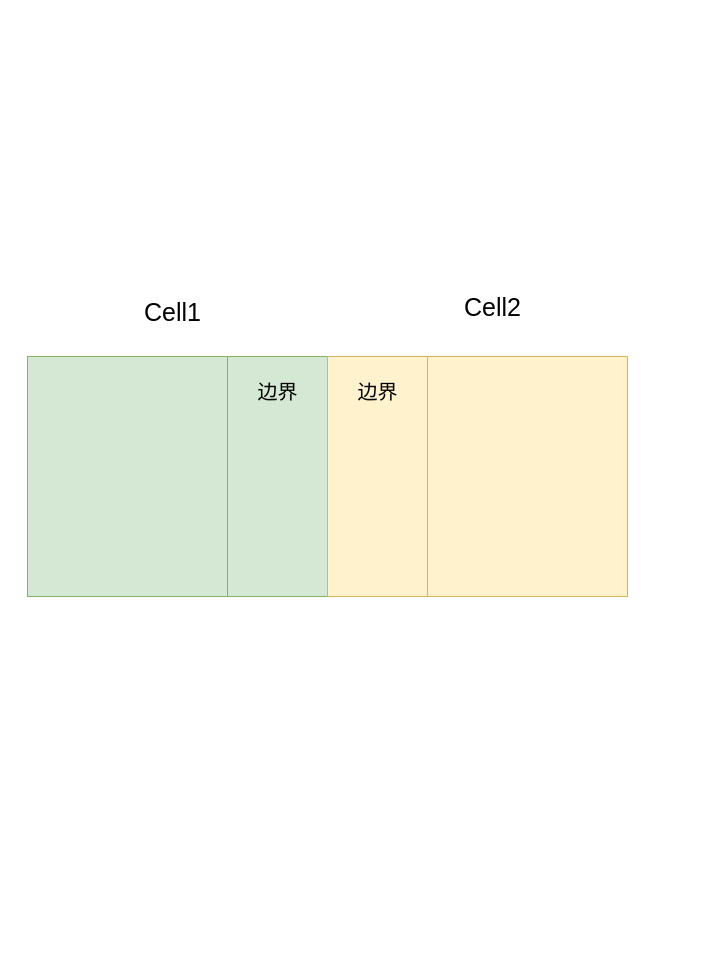
Above: big-world-scale-ghosting.drawio in antsmallant/MyDraw (draw.io), before the change. Source tidied: cells renumbered, new cells numbered last; positions are measured from the earlier drawing's top-left corner, leaving out a move shared by most shapes. Both pictures are drawn from the tidied source at 100%, with x=0, y=0 at pixel (27, 286).
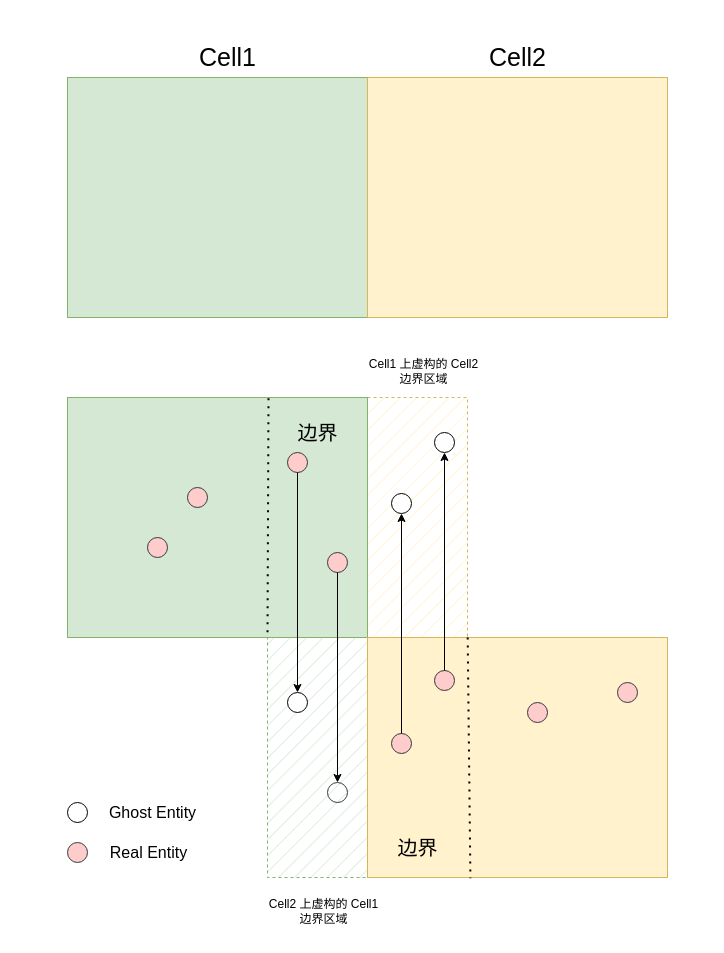
The same page after the edit.

Diff of the diagram source:
```diff
@@
-    <mxCell id="2" style="rounded=0;whiteSpace=wrap;html=1;fillColor=#d5e8d4;strokeColor=#82b366;" parent="1" vertex="1">
-      <mxGeometry y="70" width="200" height="240" as="geometry" />
-    </mxCell>
-    <mxCell id="3" style="rounded=0;whiteSpace=wrap;html=1;fillColor=#d5e8d4;strokeColor=#82b366;" parent="1" vertex="1">
-      <mxGeometry x="200" y="70" width="100" height="240" as="geometry" />
-    </mxCell>
-    <mxCell id="4" style="rounded=0;whiteSpace=wrap;html=1;fillColor=#fff2cc;strokeColor=#d6b656;" parent="1" vertex="1">
-      <mxGeometry x="300" y="70" width="100" height="240" as="geometry" />
-    </mxCell>
-    <mxCell id="5" style="rounded=0;whiteSpace=wrap;html=1;fillColor=#fff2cc;strokeColor=#d6b656;" parent="1" vertex="1">
-      <mxGeometry x="400" y="70" width="200" height="240" as="geometry" />
-    </mxCell>
+    <mxCell id="10" style="rounded=0;whiteSpace=wrap;html=1;fillColor=none;strokeColor=none;" parent="1" vertex="1">
+      <mxGeometry x="-10" y="-269" width="690" height="919" as="geometry" />
+    </mxCell>
+    <mxCell id="11" style="rounded=0;whiteSpace=wrap;html=1;dashed=1;fillStyle=hatch;fillColor=#fff2cc;strokeColor=#d6b656;" parent="1" vertex="1">
+      <mxGeometry x="340" y="111" width="100" height="240" as="geometry" />
+    </mxCell>
+    <mxCell id="12" style="rounded=0;whiteSpace=wrap;html=1;dashed=1;fillStyle=hatch;fillColor=#d5e8d4;strokeColor=#82b366;" parent="1" vertex="1">
+      <mxGeometry x="240" y="351" width="100" height="240" as="geometry" />
+    </mxCell>
+    <mxCell id="13" style="ellipse;whiteSpace=wrap;html=1;" parent="1" vertex="1">
+      <mxGeometry x="407" y="146" width="20" height="20" as="geometry" />
+    </mxCell>
+    <mxCell id="14" style="rounded=0;whiteSpace=wrap;html=1;fillColor=#d5e8d4;strokeColor=#82b366;" parent="1" vertex="1">
+      <mxGeometry x="40" y="111" width="300" height="240" as="geometry" />
+    </mxCell>
+    <mxCell id="15" value="边界" style="text;html=1;align=center;verticalAlign=middle;strokeColor=none;fillColor=none;fontSize=20;" parent="1" vertex="1">
+      <mxGeometry x="260" y="126" width="60" height="40" as="geometry" />
+    </mxCell>
+    <mxCell id="16" style="ellipse;whiteSpace=wrap;html=1;fillColor=#ffcccc;strokeColor=#36393d;" parent="1" vertex="1">
+      <mxGeometry x="260" y="166" width="20" height="20" as="geometry" />
+    </mxCell>
+    <mxCell id="17" style="rounded=0;whiteSpace=wrap;html=1;fillColor=#fff2cc;strokeColor=#d6b656;" parent="1" vertex="1">
+      <mxGeometry x="340" y="351" width="300" height="240" as="geometry" />
+    </mxCell>
+    <mxCell id="18" value="边界" style="text;html=1;align=center;verticalAlign=middle;strokeColor=none;fillColor=none;fontSize=20;" parent="1" vertex="1">
+      <mxGeometry x="360" y="541" width="60" height="40" as="geometry" />
+    </mxCell>
+    <mxCell id="19" style="ellipse;whiteSpace=wrap;html=1;fillColor=#ffcccc;strokeColor=#36393d;" parent="1" vertex="1">
+      <mxGeometry x="407" y="384" width="20" height="20" as="geometry" />
+    </mxCell>
+    <mxCell id="20" style="ellipse;whiteSpace=wrap;html=1;" parent="1" vertex="1">
+      <mxGeometry x="260" y="406" width="20" height="20" as="geometry" />
+    </mxCell>
+    <mxCell id="21" style="rounded=0;whiteSpace=wrap;html=1;fillColor=#d5e8d4;strokeColor=#82b366;" parent="1" vertex="1">
+      <mxGeometry x="40" y="-209" width="300" height="240" as="geometry" />
+    </mxCell>
+    <mxCell id="22" style="rounded=0;whiteSpace=wrap;html=1;fillColor=#fff2cc;strokeColor=#d6b656;" parent="1" vertex="1">
+      <mxGeometry x="340" y="-209" width="300" height="240" as="geometry" />
+    </mxCell>
     <mxCell id="6" value="Cell1" style="text;html=1;align=center;verticalAlign=middle;strokeColor=none;fillColor=none;fontSize=25;" parent="1" vertex="1">
-      <mxGeometry x="105" y="5" width="80" height="40" as="geometry" />
+      <mxGeometry x="160" y="-250" width="80" height="40" as="geometry" />
     </mxCell>
     <mxCell id="7" value="Cell2" style="text;html=1;align=center;verticalAlign=middle;strokeColor=none;fillColor=none;fontSize=25;" parent="1" vertex="1">
-      <mxGeometry x="425" width="80" height="40" as="geometry" />
+      <mxGeometry x="450" y="-250" width="80" height="40" as="geometry" />
     </mxCell>
-    <mxCell id="8" value="边界" style="text;html=1;align=center;verticalAlign=middle;strokeColor=none;fillColor=none;fontSize=20;" parent="1" vertex="1">
-      <mxGeometry x="220" y="85" width="60" height="40" as="geometry" />
-    </mxCell>
-    <mxCell id="9" value="边界" style="text;html=1;align=center;verticalAlign=middle;strokeColor=none;fillColor=none;fontSize=20;" parent="1" vertex="1">
-      <mxGeometry x="320" y="85" width="60" height="40" as="geometry" />
-    </mxCell>
+    <mxCell id="23" style="endArrow=none;dashed=1;html=1;dashPattern=1 3;strokeWidth=2;rounded=0;entryX=0;entryY=0;entryDx=0;entryDy=0;exitX=0.67;exitY=0.003;exitDx=0;exitDy=0;exitPerimeter=0;" parent="1" edge="1" source="14" target="12">
+      <mxGeometry relative="1" as="geometry" />
+    </mxCell>
+    <mxCell id="24" style="endArrow=none;dashed=1;html=1;dashPattern=1 3;strokeWidth=2;rounded=0;entryX=0.343;entryY=1.003;entryDx=0;entryDy=0;exitX=0.334;exitY=0;exitDx=0;exitDy=0;exitPerimeter=0;entryPerimeter=0;" parent="1" edge="1" source="17" target="17">
+      <mxGeometry relative="1" as="geometry" />
+    </mxCell>
+    <mxCell id="25" style="endArrow=classic;html=1;rounded=0;exitX=0.5;exitY=1;exitDx=0;exitDy=0;entryX=0.5;entryY=0;entryDx=0;entryDy=0;" parent="1" edge="1" source="16" target="20">
+      <mxGeometry relative="1" as="geometry" />
+    </mxCell>
+    <mxCell id="26" style="endArrow=classic;html=1;rounded=0;exitX=0.5;exitY=0;exitDx=0;exitDy=0;entryX=0.5;entryY=1;entryDx=0;entryDy=0;" parent="1" edge="1" source="19" target="13">
+      <mxGeometry relative="1" as="geometry" />
+    </mxCell>
+    <mxCell id="27" style="ellipse;whiteSpace=wrap;html=1;fillColor=#ffcccc;strokeColor=#36393d;" parent="1" vertex="1">
+      <mxGeometry x="160" y="201" width="20" height="20" as="geometry" />
+    </mxCell>
+    <mxCell id="28" style="ellipse;whiteSpace=wrap;html=1;fillColor=#ffcccc;strokeColor=#36393d;" parent="1" vertex="1">
+      <mxGeometry x="590" y="396" width="20" height="20" as="geometry" />
+    </mxCell>
+    <mxCell id="29" style="ellipse;whiteSpace=wrap;html=1;fillColor=#ffcccc;strokeColor=#36393d;" parent="1" vertex="1">
+      <mxGeometry x="500" y="416" width="20" height="20" as="geometry" />
+    </mxCell>
+    <mxCell id="30" style="ellipse;whiteSpace=wrap;html=1;fillColor=#ffcccc;strokeColor=#36393d;" parent="1" vertex="1">
+      <mxGeometry x="120" y="251" width="20" height="20" as="geometry" />
+    </mxCell>
+    <mxCell id="31" style="ellipse;whiteSpace=wrap;html=1;fillColor=#ffcccc;strokeColor=#36393d;" parent="1" vertex="1">
+      <mxGeometry x="300" y="266" width="20" height="20" as="geometry" />
+    </mxCell>
+    <mxCell id="32" style="ellipse;whiteSpace=wrap;html=1;fillColor=none;strokeColor=#36393d;" parent="1" vertex="1">
+      <mxGeometry x="300" y="496" width="20" height="20" as="geometry" />
+    </mxCell>
+    <mxCell id="33" style="endArrow=classic;html=1;rounded=0;exitX=0.5;exitY=1;exitDx=0;exitDy=0;entryX=0.5;entryY=0;entryDx=0;entryDy=0;" parent="1" edge="1" source="31" target="32">
+      <mxGeometry relative="1" as="geometry" />
+    </mxCell>
+    <mxCell id="34" style="ellipse;whiteSpace=wrap;html=1;" parent="1" vertex="1">
+      <mxGeometry x="364" y="207" width="20" height="20" as="geometry" />
+    </mxCell>
+    <mxCell id="35" style="ellipse;whiteSpace=wrap;html=1;fillColor=#ffcccc;strokeColor=#36393d;" parent="1" vertex="1">
+      <mxGeometry x="364" y="447" width="20" height="20" as="geometry" />
+    </mxCell>
+    <mxCell id="36" style="endArrow=classic;html=1;rounded=0;exitX=0.5;exitY=0;exitDx=0;exitDy=0;entryX=0.5;entryY=1;entryDx=0;entryDy=0;" parent="1" edge="1" source="35" target="34">
+      <mxGeometry relative="1" as="geometry" />
+    </mxCell>
+    <mxCell id="37" style="ellipse;whiteSpace=wrap;html=1;" parent="1" vertex="1">
+      <mxGeometry x="40" y="516" width="20" height="20" as="geometry" />
+    </mxCell>
+    <mxCell id="38" value="&lt;font style=&quot;font-size: 16px;&quot;&gt;Ghost Entity&lt;/font&gt;" style="text;html=1;align=center;verticalAlign=middle;strokeColor=none;fillColor=none;" parent="1" vertex="1">
+      <mxGeometry x="70" y="511" width="110" height="30" as="geometry" />
+    </mxCell>
+    <mxCell id="39" style="ellipse;whiteSpace=wrap;html=1;fillColor=#ffcccc;strokeColor=#36393d;" parent="1" vertex="1">
+      <mxGeometry x="40" y="556" width="20" height="20" as="geometry" />
+    </mxCell>
+    <mxCell id="40" value="&lt;font style=&quot;font-size: 16px;&quot;&gt;Real Entity&lt;/font&gt;" style="text;html=1;align=center;verticalAlign=middle;strokeColor=none;fillColor=none;" parent="1" vertex="1">
+      <mxGeometry x="71" y="551" width="100" height="30" as="geometry" />
+    </mxCell>
+    <mxCell id="41" value="Cell2 上虚构的 Cell1 边界区域" style="text;strokeColor=none;align=center;fillColor=none;html=1;verticalAlign=middle;whiteSpace=wrap;rounded=0;" parent="1" vertex="1">
+      <mxGeometry x="240" y="610" width="113" height="30" as="geometry" />
+    </mxCell>
+    <mxCell id="42" value="Cell1 上虚构的 Cell2 边界区域" style="text;strokeColor=none;align=center;fillColor=none;html=1;verticalAlign=middle;whiteSpace=wrap;rounded=0;" parent="1" vertex="1">
+      <mxGeometry x="340" y="70" width="113" height="30" as="geometry" />
+    </mxCell>
```
